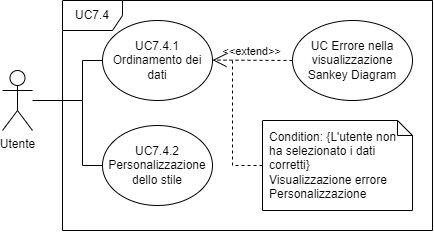
Before: assets/personalizzazioneSankey.drawio.png, a diagram exported from draw.io (Club-Swendwich/Documenti). Source tidied: cells renumbered, new cells last; positions are measured from the earlier drawing's top-left corner, leaving out a move shared by most shapes.
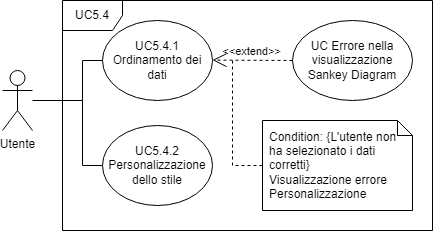
After the change.

What changed in the source:
```diff
@@ -2,7 +2,7 @@
   <root>
     <mxCell id="0" />
     <mxCell id="1" parent="0" />
-    <mxCell id="2" value="UC7.4" style="shape=umlFrame;whiteSpace=wrap;html=1;" parent="1" vertex="1">
+    <mxCell id="2" value="UC5.4" style="shape=umlFrame;whiteSpace=wrap;html=1;" parent="1" vertex="1">
       <mxGeometry x="60" width="370" height="230" as="geometry" />
     </mxCell>
     <mxCell id="3" value="Utente" style="shape=umlActor;verticalLabelPosition=bottom;verticalAlign=top;html=1;outlineConnect=0;" parent="1" vertex="1">
@@ -16,7 +16,7 @@
         </Array>
       </mxGeometry>
     </mxCell>
-    <mxCell id="5" value="UC7.4.1 Ordinamento dei dati" style="ellipse;whiteSpace=wrap;html=1;" parent="1" vertex="1">
+    <mxCell id="5" value="UC5.4.1 Ordinamento dei dati" style="ellipse;whiteSpace=wrap;html=1;" parent="1" vertex="1">
       <mxGeometry x="100" y="20" width="110" height="80" as="geometry" />
     </mxCell>
     <mxCell id="6" style="edgeStyle=orthogonalEdgeStyle;rounded=0;jettySize=auto;html=1;exitX=0;exitY=0.5;exitDx=0;exitDy=0;endArrow=none;endFill=0;" parent="1" edge="1" source="7">
@@ -24,7 +24,7 @@
         <mxPoint x="80" y="100" as="targetPoint" />
       </mxGeometry>
     </mxCell>
-    <mxCell id="7" value="UC7.4.2 Personalizzazione dello stile" style="ellipse;whiteSpace=wrap;html=1;" parent="1" vertex="1">
+    <mxCell id="7" value="UC5.4.2 Personalizzazione dello stile" style="ellipse;whiteSpace=wrap;html=1;" parent="1" vertex="1">
       <mxGeometry x="100" y="125" width="110" height="80" as="geometry" />
     </mxCell>
     <mxCell id="8" value="UC Errore nella visualizzazione Sankey Diagram" style="ellipse;whiteSpace=wrap;html=1;" parent="1" vertex="1">
```
